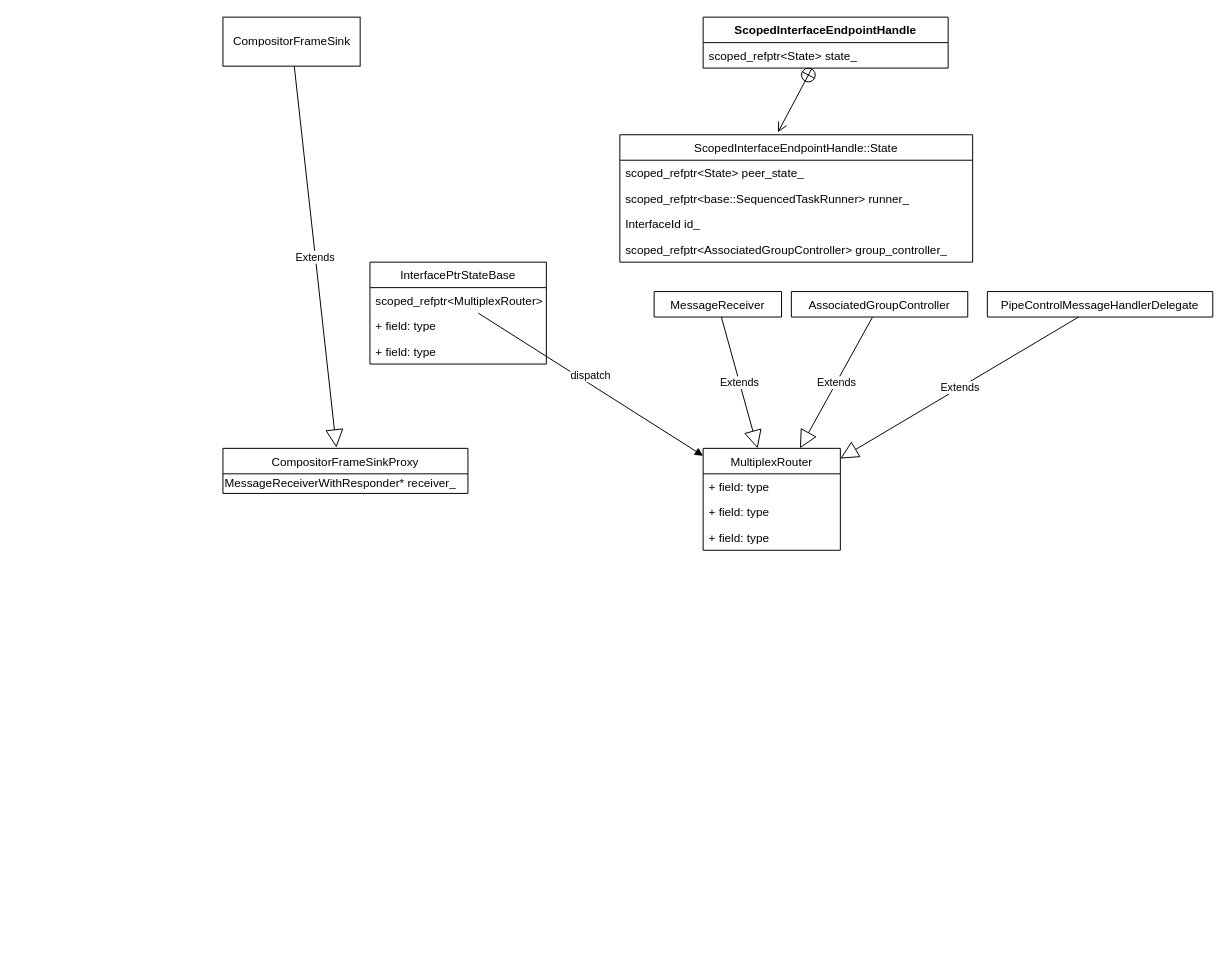
Earlier version of the draw.io diagram understanding/mojo.drawio (ambiesoft/gsrc). Source tidied: cells renumbered, new cells numbered last; positions are measured from the earlier drawing's top-left corner, leaving out a move shared by most shapes. Both pictures are drawn from the tidied source at 98%, with x=0, y=0 at pixel (222, 17).
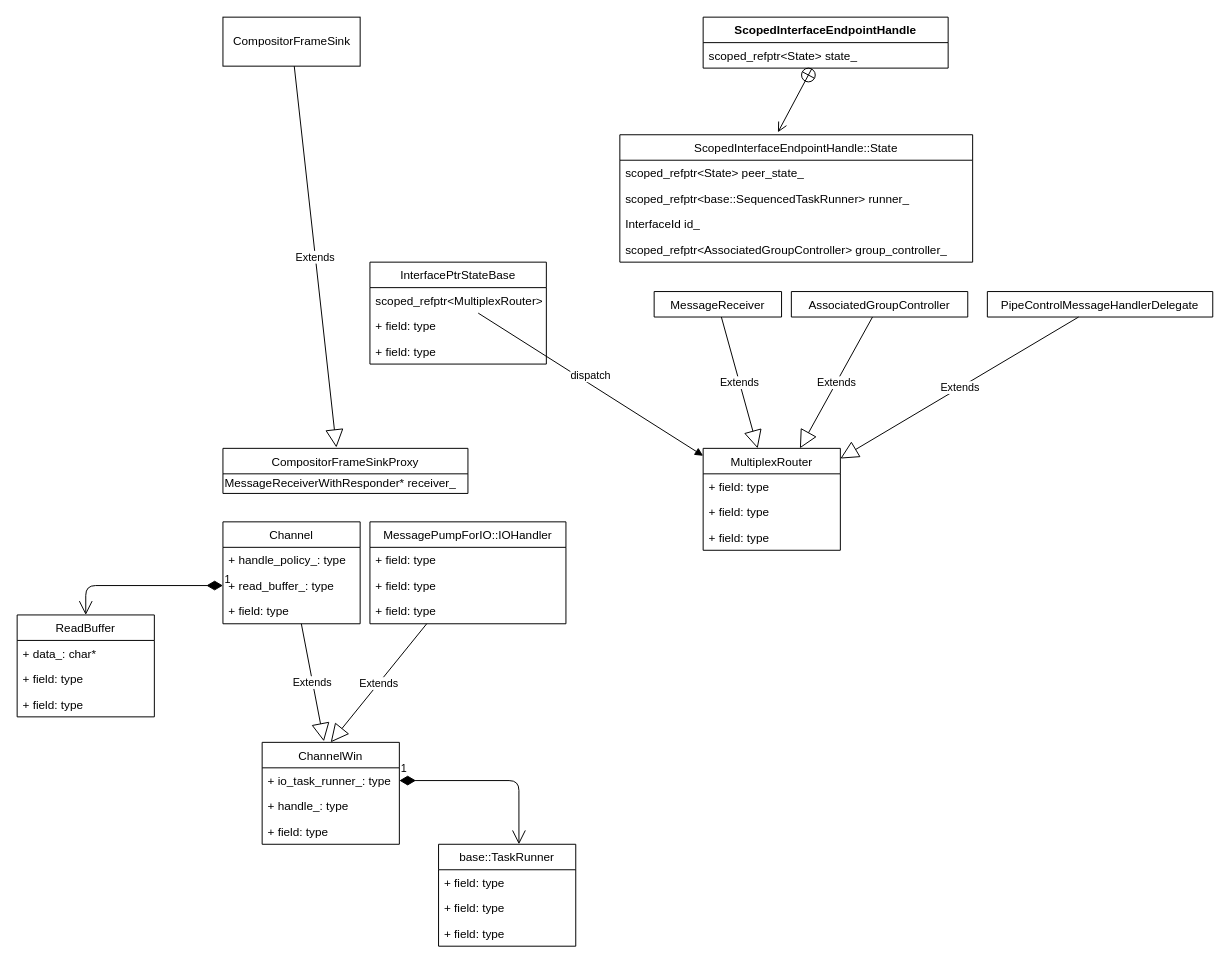
After the change.

The edit, as a diff of the source:
```diff
@@
+    <mxCell id="29" value="Channel" style="swimlane;fontStyle=0;horizontal=1;startSize=26;fillColor=none;" parent="1" vertex="1">
+      <mxGeometry y="515" width="140" height="104" as="geometry" />
+    </mxCell>
+    <mxCell id="30" value="+ handle_policy_: type" style="text;strokeColor=none;fillColor=none;align=left;verticalAlign=top;spacingLeft=4;spacingRight=4;overflow=hidden;" parent="29" vertex="1">
+      <mxGeometry y="26" width="140" height="26" as="geometry" />
+    </mxCell>
+    <mxCell id="31" value="+ read_buffer_: type" style="text;strokeColor=none;fillColor=none;align=left;verticalAlign=top;spacingLeft=4;spacingRight=4;overflow=hidden;points=[[0,0.5],[1,0.5]];portConstraint=eastwest;" parent="29" vertex="1">
+      <mxGeometry y="52" width="140" height="26" as="geometry" />
+    </mxCell>
+    <mxCell id="32" value="+ field: type" style="text;strokeColor=none;fillColor=none;align=left;verticalAlign=top;spacingLeft=4;spacingRight=4;overflow=hidden;" parent="29" vertex="1">
+      <mxGeometry y="78" width="140" height="26" as="geometry" />
+    </mxCell>
+    <mxCell id="33" value="ChannelWin" style="swimlane;fontStyle=0;horizontal=1;startSize=26;fillColor=none;" parent="1" vertex="1">
+      <mxGeometry x="40" y="740" width="140" height="104" as="geometry" />
+    </mxCell>
+    <mxCell id="34" value="+ io_task_runner_: type" style="text;strokeColor=none;fillColor=none;align=left;verticalAlign=top;spacingLeft=4;spacingRight=4;overflow=hidden;points=[[0,0.5],[1,0.5]];portConstraint=eastwest;" parent="33" vertex="1">
+      <mxGeometry y="26" width="140" height="26" as="geometry" />
+    </mxCell>
+    <mxCell id="35" value="+ handle_: type" style="text;strokeColor=none;fillColor=none;align=left;verticalAlign=top;spacingLeft=4;spacingRight=4;overflow=hidden;" parent="33" vertex="1">
+      <mxGeometry y="52" width="140" height="26" as="geometry" />
+    </mxCell>
+    <mxCell id="36" value="+ field: type" style="text;strokeColor=none;fillColor=none;align=left;verticalAlign=top;spacingLeft=4;spacingRight=4;overflow=hidden;" parent="33" vertex="1">
+      <mxGeometry y="78" width="140" height="26" as="geometry" />
+    </mxCell>
+    <mxCell id="37" value="Extends" style="endArrow=block;endSize=16;endFill=0;html=1;entryX=0.5;entryY=0;entryDx=0;entryDy=0;" parent="1" edge="1" source="38" target="33">
+      <mxGeometry relative="1" as="geometry" />
+    </mxCell>
+    <mxCell id="38" value="MessagePumpForIO::IOHandler" style="swimlane;fontStyle=0;horizontal=1;startSize=26;fillColor=none;" parent="1" vertex="1">
+      <mxGeometry x="150" y="515" width="200" height="104" as="geometry" />
+    </mxCell>
+    <mxCell id="39" value="+ field: type" style="text;strokeColor=none;fillColor=none;align=left;verticalAlign=top;spacingLeft=4;spacingRight=4;overflow=hidden;" parent="38" vertex="1">
+      <mxGeometry y="26" width="200" height="26" as="geometry" />
+    </mxCell>
+    <mxCell id="40" value="+ field: type" style="text;strokeColor=none;fillColor=none;align=left;verticalAlign=top;spacingLeft=4;spacingRight=4;overflow=hidden;" parent="38" vertex="1">
+      <mxGeometry y="52" width="200" height="26" as="geometry" />
+    </mxCell>
+    <mxCell id="41" value="+ field: type" style="text;strokeColor=none;fillColor=none;align=left;verticalAlign=top;spacingLeft=4;spacingRight=4;overflow=hidden;" parent="38" vertex="1">
+      <mxGeometry y="78" width="200" height="26" as="geometry" />
+    </mxCell>
+    <mxCell id="42" value="Extends" style="endArrow=block;endSize=16;endFill=0;html=1;entryX=0.45;entryY=-0.01;entryDx=0;entryDy=0;entryPerimeter=0;" parent="1" edge="1" source="29" target="33">
+      <mxGeometry relative="1" as="geometry" />
+    </mxCell>
+    <mxCell id="43" value="ReadBuffer" style="swimlane;fontStyle=0;horizontal=1;startSize=26;fillColor=none;" parent="1" vertex="1">
+      <mxGeometry x="-210" y="610" width="140" height="104" as="geometry" />
+    </mxCell>
+    <mxCell id="44" value="+ data_: char*" style="text;strokeColor=none;fillColor=none;align=left;verticalAlign=top;spacingLeft=4;spacingRight=4;overflow=hidden;" parent="43" vertex="1">
+      <mxGeometry y="26" width="140" height="26" as="geometry" />
+    </mxCell>
+    <mxCell id="45" value="+ field: type" style="text;strokeColor=none;fillColor=none;align=left;verticalAlign=top;spacingLeft=4;spacingRight=4;overflow=hidden;" parent="43" vertex="1">
+      <mxGeometry y="52" width="140" height="26" as="geometry" />
+    </mxCell>
+    <mxCell id="46" value="+ field: type" style="text;strokeColor=none;fillColor=none;align=left;verticalAlign=top;spacingLeft=4;spacingRight=4;overflow=hidden;" parent="43" vertex="1">
+      <mxGeometry y="78" width="140" height="26" as="geometry" />
+    </mxCell>
+    <mxCell id="47" value="1" style="endArrow=open;html=1;endSize=12;startArrow=diamondThin;startSize=14;startFill=1;edgeStyle=orthogonalEdgeStyle;align=left;verticalAlign=bottom;entryX=0.5;entryY=0;entryDx=0;entryDy=0;" parent="1" edge="1" source="31" target="43">
+      <mxGeometry x="-1" y="3" relative="1" as="geometry" />
+    </mxCell>
+    <mxCell id="48" value="base::TaskRunner" style="swimlane;fontStyle=0;horizontal=1;startSize=26;fillColor=none;" parent="1" vertex="1">
+      <mxGeometry x="220" y="844" width="140" height="104" as="geometry" />
+    </mxCell>
+    <mxCell id="49" value="+ field: type" style="text;strokeColor=none;fillColor=none;align=left;verticalAlign=top;spacingLeft=4;spacingRight=4;overflow=hidden;" parent="48" vertex="1">
+      <mxGeometry y="26" width="140" height="26" as="geometry" />
+    </mxCell>
+    <mxCell id="50" value="+ field: type" style="text;strokeColor=none;fillColor=none;align=left;verticalAlign=top;spacingLeft=4;spacingRight=4;overflow=hidden;" parent="48" vertex="1">
+      <mxGeometry y="52" width="140" height="26" as="geometry" />
+    </mxCell>
+    <mxCell id="51" value="+ field: type" style="text;strokeColor=none;fillColor=none;align=left;verticalAlign=top;spacingLeft=4;spacingRight=4;overflow=hidden;" parent="48" vertex="1">
+      <mxGeometry y="78" width="140" height="26" as="geometry" />
+    </mxCell>
+    <mxCell id="52" value="1" style="endArrow=open;html=1;endSize=12;startArrow=diamondThin;startSize=14;startFill=1;edgeStyle=orthogonalEdgeStyle;align=left;verticalAlign=bottom;entryX=0.586;entryY=0;entryDx=0;entryDy=0;entryPerimeter=0;" parent="1" edge="1" source="34" target="48">
+      <mxGeometry x="-1" y="3" relative="1" as="geometry" />
+    </mxCell>
```
